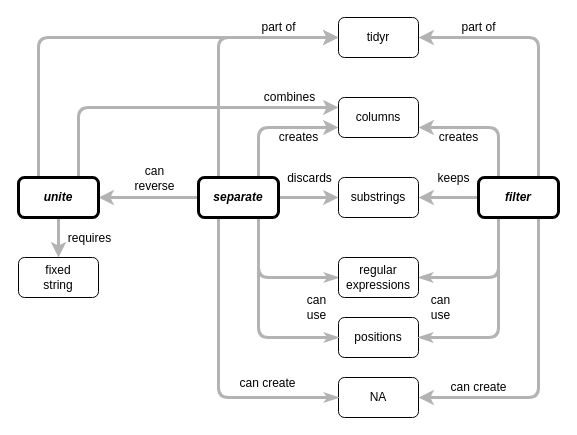
Above: en/separate-extract-unite.drawio in rstudio/concept-maps (draw.io), before the change. Source tidied: cells renumbered, new cells numbered last; positions are measured from the earlier drawing's top-left corner, leaving out a move shared by most shapes. Both pictures are drawn from the tidied source at 100%, with x=0, y=0 at pixel (18, 17).
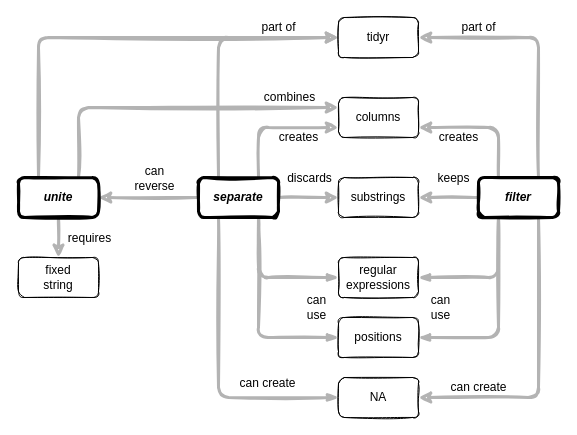
The same page after the edit.

Change to the diagram source:
```diff
@@
-    <mxCell id="2" value="can&lt;br&gt;use" style="edgeStyle=none;rounded=1;html=1;labelBackgroundColor=#FFFFFF;startArrow=none;startFill=0;startSize=5;endArrow=classicThin;endFill=1;endSize=5;jettySize=auto;strokeColor=#B3B3B3;strokeWidth=3;fontFamily=Helvetica;fontSize=12;exitX=0.75;exitY=1;exitDx=0;exitDy=0;entryX=0;entryY=0.5;entryDx=0;entryDy=0;verticalAlign=middle;" parent="1" edge="1" source="31" target="5">
+    <mxCell id="2" value="can&lt;br&gt;use" style="edgeStyle=none;rounded=1;html=1;labelBackgroundColor=none;startArrow=none;startFill=0;startSize=5;endArrow=classicThin;endFill=1;endSize=5;jettySize=auto;strokeColor=#B3B3B3;strokeWidth=3;fontFamily=Helvetica;fontSize=12;exitX=0.75;exitY=1;exitDx=0;exitDy=0;entryX=0;entryY=0.5;entryDx=0;entryDy=0;verticalAlign=middle;sketch=1;" parent="1" edge="1" source="31" target="5">
       <mxGeometry x="0.69" y="-30" relative="1" as="geometry">
         <Array as="points">
           <mxPoint x="240" y="260" />
         </Array>
       </mxGeometry>
     </mxCell>
-    <mxCell id="3" value="can&lt;br&gt;use" style="edgeStyle=none;rounded=1;html=1;labelBackgroundColor=none;startArrow=none;startFill=0;startSize=5;endArrow=classicThin;endFill=1;endSize=5;jettySize=auto;strokeColor=#B3B3B3;strokeWidth=3;fontFamily=Helvetica;fontSize=12;exitX=0.25;exitY=1;exitDx=0;exitDy=0;entryX=1;entryY=0.5;entryDx=0;entryDy=0;verticalAlign=middle;" parent="1" edge="1" source="32" target="5">
+    <mxCell id="3" value="can&lt;br&gt;use" style="edgeStyle=none;rounded=1;html=1;labelBackgroundColor=none;startArrow=none;startFill=0;startSize=5;endArrow=classicThin;endFill=1;endSize=5;jettySize=auto;strokeColor=#B3B3B3;strokeWidth=3;fontFamily=Helvetica;fontSize=12;exitX=0.25;exitY=1;exitDx=0;exitDy=0;entryX=1;entryY=0.5;entryDx=0;entryDy=0;verticalAlign=middle;sketch=1;" parent="1" edge="1" source="32" target="5">
       <mxGeometry x="0.69" y="30" relative="1" as="geometry">
         <Array as="points">
           <mxPoint x="480" y="260" />
           <mxPoint x="400" y="260" />
         </Array>
       </mxGeometry>
     </mxCell>
-    <mxCell id="4" style="edgeStyle=orthogonalEdgeStyle;rounded=0;orthogonalLoop=1;jettySize=auto;html=1;exitX=0.5;exitY=1;exitDx=0;exitDy=0;strokeWidth=3;fontSize=12;fontFamily=Helvetica;" parent="1" edge="1" source="31" target="31">
+    <mxCell id="4" style="edgeStyle=orthogonalEdgeStyle;rounded=0;orthogonalLoop=1;jettySize=auto;html=1;exitX=0.5;exitY=1;exitDx=0;exitDy=0;strokeWidth=3;fontSize=12;fontFamily=Helvetica;sketch=1;labelBackgroundColor=none;" parent="1" edge="1" source="31" target="31">
       <mxGeometry relative="1" as="geometry" />
     </mxCell>
-    <mxCell id="5" value="regular&lt;br&gt;expressions" style="rounded=1;whiteSpace=wrap;html=1;fontSize=12;fontFamily=Helvetica;fillColor=none;" parent="1" vertex="1">
+    <mxCell id="5" value="regular&lt;br&gt;expressions" style="rounded=1;whiteSpace=wrap;html=1;fontSize=12;fontFamily=Helvetica;fillColor=none;sketch=1;labelBackgroundColor=none;" parent="1" vertex="1">
       <mxGeometry x="320" y="240" width="80" height="40" as="geometry" />
     </mxCell>
-    <mxCell id="6" value="&lt;div&gt;can create&lt;/div&gt;" style="endArrow=classic;html=1;strokeWidth=3;entryX=1;entryY=0.5;entryDx=0;entryDy=0;strokeColor=#B3B3B3;exitX=0.75;exitY=1;exitDx=0;exitDy=0;verticalAlign=middle;fontSize=12;labelBackgroundColor=none;fontFamily=Helvetica;align=center;" parent="1" edge="1" source="32" target="12">
+    <mxCell id="6" value="&lt;div&gt;can create&lt;/div&gt;" style="endArrow=classic;html=1;strokeWidth=3;entryX=1;entryY=0.5;entryDx=0;entryDy=0;strokeColor=#B3B3B3;exitX=0.75;exitY=1;exitDx=0;exitDy=0;verticalAlign=middle;fontSize=12;labelBackgroundColor=none;fontFamily=Helvetica;align=center;sketch=1;" parent="1" edge="1" source="32" target="12">
       <mxGeometry x="0.6" y="-10" relative="1" as="geometry">
         <Array as="points">
           <mxPoint x="520" y="380" />
         </Array>
       </mxGeometry>
     </mxCell>
-    <mxCell id="7" value="tidyr" style="rounded=1;whiteSpace=wrap;html=1;fontSize=12;fontFamily=Helvetica;fillColor=none;" parent="1" vertex="1">
+    <mxCell id="7" value="tidyr" style="rounded=1;whiteSpace=wrap;html=1;fontSize=12;fontFamily=Helvetica;fillColor=none;sketch=1;labelBackgroundColor=none;" parent="1" vertex="1">
       <mxGeometry x="320" width="80" height="40" as="geometry" />
     </mxCell>
-    <mxCell id="8" value="part of" style="endArrow=classic;html=1;strokeWidth=3;entryX=1;entryY=0.5;entryDx=0;entryDy=0;strokeColor=#B3B3B3;exitX=0.75;exitY=0;exitDx=0;exitDy=0;verticalAlign=middle;fontSize=12;labelBackgroundColor=none;fontFamily=Helvetica;" parent="1" edge="1" source="32" target="7">
+    <mxCell id="8" value="part of" style="endArrow=classic;html=1;strokeWidth=3;entryX=1;entryY=0.5;entryDx=0;entryDy=0;strokeColor=#B3B3B3;exitX=0.75;exitY=0;exitDx=0;exitDy=0;verticalAlign=middle;fontSize=12;labelBackgroundColor=none;fontFamily=Helvetica;sketch=1;" parent="1" edge="1" source="32" target="7">
       <mxGeometry x="0.54" y="-10" relative="1" as="geometry">
         <Array as="points">
           <mxPoint x="520" y="20" />
         </Array>
       </mxGeometry>
     </mxCell>
-    <mxCell id="9" value="positions" style="rounded=1;whiteSpace=wrap;html=1;fontSize=12;fontFamily=Helvetica;fillColor=none;" parent="1" vertex="1">
+    <mxCell id="9" value="positions" style="rounded=1;whiteSpace=wrap;html=1;fontSize=12;fontFamily=Helvetica;fillColor=none;sketch=1;labelBackgroundColor=none;" parent="1" vertex="1">
       <mxGeometry x="320" y="300" width="80" height="40" as="geometry" />
     </mxCell>
-    <mxCell id="10" style="edgeStyle=none;rounded=1;html=1;labelBackgroundColor=#FFFFFF;startArrow=none;startFill=0;startSize=5;endArrow=classicThin;endFill=1;endSize=5;jettySize=auto;strokeColor=#B3B3B3;strokeWidth=3;fontFamily=Helvetica;fontSize=12;entryX=0;entryY=0.5;entryDx=0;entryDy=0;verticalAlign=middle;" parent="1" edge="1" target="9">
+    <mxCell id="10" style="edgeStyle=none;rounded=1;html=1;labelBackgroundColor=none;startArrow=none;startFill=0;startSize=5;endArrow=classicThin;endFill=1;endSize=5;jettySize=auto;strokeColor=#B3B3B3;strokeWidth=3;fontFamily=Helvetica;fontSize=12;entryX=0;entryY=0.5;entryDx=0;entryDy=0;verticalAlign=middle;sketch=1;" parent="1" edge="1" target="9">
       <mxGeometry x="0.69" y="30" relative="1" as="geometry">
         <mxPoint x="240" y="210" as="sourcePoint" />
         <Array as="points">
           <mxPoint x="240" y="320" />
         </Array>
       </mxGeometry>
     </mxCell>
-    <mxCell id="11" style="edgeStyle=none;rounded=1;html=1;labelBackgroundColor=none;startArrow=none;startFill=0;startSize=5;endArrow=classicThin;endFill=1;endSize=5;jettySize=auto;strokeColor=#B3B3B3;strokeWidth=3;fontFamily=Helvetica;fontSize=12;entryX=1;entryY=0.5;entryDx=0;entryDy=0;verticalAlign=middle;exitX=0.25;exitY=1;exitDx=0;exitDy=0;" parent="1" edge="1" source="32" target="9">
+    <mxCell id="11" style="edgeStyle=none;rounded=1;html=1;labelBackgroundColor=none;startArrow=none;startFill=0;startSize=5;endArrow=classicThin;endFill=1;endSize=5;jettySize=auto;strokeColor=#B3B3B3;strokeWidth=3;fontFamily=Helvetica;fontSize=12;entryX=1;entryY=0.5;entryDx=0;entryDy=0;verticalAlign=middle;exitX=0.25;exitY=1;exitDx=0;exitDy=0;sketch=1;" parent="1" edge="1" source="32" target="9">
       <mxGeometry x="0.69" y="30" relative="1" as="geometry">
         <Array as="points">
           <mxPoint x="480" y="320" />
           <mxPoint x="400" y="320" />
         </Array>
       </mxGeometry>
     </mxCell>
-    <mxCell id="12" value="NA" style="rounded=1;whiteSpace=wrap;html=1;fontSize=12;fontFamily=Helvetica;fillColor=none;" parent="1" vertex="1">
+    <mxCell id="12" value="NA" style="rounded=1;whiteSpace=wrap;html=1;fontSize=12;fontFamily=Helvetica;fillColor=none;sketch=1;labelBackgroundColor=none;" parent="1" vertex="1">
       <mxGeometry x="320" y="360" width="80" height="40" as="geometry" />
     </mxCell>
-    <mxCell id="13" style="edgeStyle=none;rounded=1;html=1;labelBackgroundColor=#FFFFFF;startArrow=none;startFill=0;startSize=5;endArrow=classicThin;endFill=1;endSize=5;jettySize=auto;strokeColor=#B3B3B3;strokeWidth=3;fontFamily=Helvetica;fontSize=12;entryX=0;entryY=0.5;entryDx=0;entryDy=0;verticalAlign=middle;exitX=0.25;exitY=1;exitDx=0;exitDy=0;" parent="1" edge="1" source="31" target="12">
+    <mxCell id="13" style="edgeStyle=none;rounded=1;html=1;labelBackgroundColor=none;startArrow=none;startFill=0;startSize=5;endArrow=classicThin;endFill=1;endSize=5;jettySize=auto;strokeColor=#B3B3B3;strokeWidth=3;fontFamily=Helvetica;fontSize=12;entryX=0;entryY=0.5;entryDx=0;entryDy=0;verticalAlign=middle;exitX=0.25;exitY=1;exitDx=0;exitDy=0;sketch=1;" parent="1" edge="1" source="31" target="12">
       <mxGeometry x="0.69" y="30" relative="1" as="geometry">
         <Array as="points">
           <mxPoint x="200" y="380" />
         </Array>
       </mxGeometry>
     </mxCell>
-    <mxCell id="14" value="&lt;span style=&quot;font-size: 12px&quot;&gt;can create&lt;/span&gt;" style="edgeLabel;html=1;align=center;verticalAlign=middle;" parent="13" vertex="1">
+    <mxCell id="14" value="&lt;span style=&quot;font-size: 12px&quot;&gt;can create&lt;/span&gt;" style="edgeLabel;html=1;align=center;verticalAlign=middle;sketch=1;labelBackgroundColor=none;" parent="13" vertex="1">
       <mxGeometry x="0.13" y="1" relative="1" as="geometry">
         <mxPoint x="47" y="-4" as="offset" />
       </mxGeometry>
     </mxCell>
-    <mxCell id="15" value="part of" style="endArrow=classic;html=1;strokeWidth=3;entryX=0;entryY=0.5;entryDx=0;entryDy=0;strokeColor=#B3B3B3;exitX=0.25;exitY=0;exitDx=0;exitDy=0;verticalAlign=middle;fontSize=12;labelBackgroundColor=none;fontFamily=Helvetica;" parent="1" edge="1" source="31" target="7">
+    <mxCell id="15" value="part of" style="endArrow=classic;html=1;strokeWidth=3;entryX=0;entryY=0.5;entryDx=0;entryDy=0;strokeColor=#B3B3B3;exitX=0.25;exitY=0;exitDx=0;exitDy=0;verticalAlign=middle;fontSize=12;labelBackgroundColor=none;fontFamily=Helvetica;sketch=1;" parent="1" edge="1" source="31" target="7">
       <mxGeometry x="0.54" y="10" relative="1" as="geometry">
         <Array as="points">
           <mxPoint x="200" y="20" />
         </Array>
       </mxGeometry>
     </mxCell>
-    <mxCell id="16" style="endArrow=classic;html=1;entryX=1;entryY=0.5;entryDx=0;entryDy=0;exitX=0;exitY=0.5;exitDx=0;exitDy=0;strokeWidth=3;strokeColor=#B3B3B3;" parent="1" edge="1" source="31" target="33">
+    <mxCell id="16" style="endArrow=classic;html=1;entryX=1;entryY=0.5;entryDx=0;entryDy=0;exitX=0;exitY=0.5;exitDx=0;exitDy=0;strokeWidth=3;strokeColor=#B3B3B3;sketch=1;labelBackgroundColor=none;" parent="1" edge="1" source="31" target="33">
       <mxGeometry relative="1" as="geometry" />
     </mxCell>
-    <mxCell id="17" value="&lt;font style=&quot;font-size: 12px&quot;&gt;can&lt;br&gt;reverse&lt;/font&gt;" style="edgeLabel;html=1;align=center;verticalAlign=middle;" parent="16" vertex="1">
+    <mxCell id="17" value="&lt;font style=&quot;font-size: 12px&quot;&gt;can&lt;br&gt;reverse&lt;/font&gt;" style="edgeLabel;html=1;align=center;verticalAlign=middle;sketch=1;labelBackgroundColor=none;" parent="16" vertex="1">
       <mxGeometry x="-0.1" y="-2" relative="1" as="geometry">
         <mxPoint y="-18" as="offset" />
       </mxGeometry>
     </mxCell>
-    <mxCell id="18" style="endArrow=classic;html=1;strokeWidth=3;entryX=0;entryY=0.5;entryDx=0;entryDy=0;strokeColor=#B3B3B3;exitX=0.25;exitY=0;exitDx=0;exitDy=0;verticalAlign=middle;fontSize=12;labelBackgroundColor=none;fontFamily=Helvetica;" parent="1" edge="1" source="33" target="7">
+    <mxCell id="18" style="endArrow=classic;html=1;strokeWidth=3;entryX=0;entryY=0.5;entryDx=0;entryDy=0;strokeColor=#B3B3B3;exitX=0.25;exitY=0;exitDx=0;exitDy=0;verticalAlign=middle;fontSize=12;labelBackgroundColor=none;fontFamily=Helvetica;sketch=1;" parent="1" edge="1" source="33" target="7">
       <mxGeometry x="0.5" y="20" relative="1" as="geometry">
         <Array as="points">
           <mxPoint x="20" y="20" />
         </Array>
       </mxGeometry>
     </mxCell>
-    <mxCell id="19" value="substrings" style="rounded=1;whiteSpace=wrap;html=1;fontSize=12;fontFamily=Helvetica;fillColor=none;" parent="1" vertex="1">
+    <mxCell id="19" value="substrings" style="rounded=1;whiteSpace=wrap;html=1;fontSize=12;fontFamily=Helvetica;fillColor=none;sketch=1;labelBackgroundColor=none;" parent="1" vertex="1">
       <mxGeometry x="320" y="160" width="80" height="40" as="geometry" />
     </mxCell>
-    <mxCell id="20" style="endArrow=classic;html=1;strokeColor=#B3B3B3;strokeWidth=3;exitX=1;exitY=0.5;exitDx=0;exitDy=0;entryX=0;entryY=0.5;entryDx=0;entryDy=0;" parent="1" edge="1" source="31" target="19">
+    <mxCell id="20" style="endArrow=classic;html=1;strokeColor=#B3B3B3;strokeWidth=3;exitX=1;exitY=0.5;exitDx=0;exitDy=0;entryX=0;entryY=0.5;entryDx=0;entryDy=0;sketch=1;labelBackgroundColor=none;" parent="1" edge="1" source="31" target="19">
       <mxGeometry relative="1" as="geometry" />
     </mxCell>
-    <mxCell id="21" value="&lt;font style=&quot;font-size: 12px&quot;&gt;discards&lt;/font&gt;" style="edgeLabel;html=1;align=center;verticalAlign=middle;" parent="20" vertex="1">
+    <mxCell id="21" value="&lt;font style=&quot;font-size: 12px&quot;&gt;discards&lt;/font&gt;" style="edgeLabel;html=1;align=center;verticalAlign=middle;sketch=1;labelBackgroundColor=none;" parent="20" vertex="1">
       <mxGeometry x="0.17" y="-1" relative="1" as="geometry">
         <mxPoint x="-5" y="-21" as="offset" />
       </mxGeometry>
     </mxCell>
-    <mxCell id="22" style="endArrow=classic;html=1;strokeColor=#B3B3B3;strokeWidth=3;exitX=0;exitY=0.5;exitDx=0;exitDy=0;entryX=1;entryY=0.5;entryDx=0;entryDy=0;" parent="1" edge="1" source="32" target="19">
+    <mxCell id="22" style="endArrow=classic;html=1;strokeColor=#B3B3B3;strokeWidth=3;exitX=0;exitY=0.5;exitDx=0;exitDy=0;entryX=1;entryY=0.5;entryDx=0;entryDy=0;sketch=1;labelBackgroundColor=none;" parent="1" edge="1" source="32" target="19">
       <mxGeometry relative="1" as="geometry" />
     </mxCell>
-    <mxCell id="23" value="&lt;font style=&quot;font-size: 12px&quot;&gt;keeps&lt;/font&gt;" style="edgeLabel;html=1;align=center;verticalAlign=middle;" parent="22" vertex="1">
+    <mxCell id="23" value="&lt;font style=&quot;font-size: 12px&quot;&gt;keeps&lt;/font&gt;" style="edgeLabel;html=1;align=center;verticalAlign=middle;sketch=1;labelBackgroundColor=none;" parent="22" vertex="1">
       <mxGeometry x="0.17" y="-1" relative="1" as="geometry">
         <mxPoint x="9" y="-19" as="offset" />
       </mxGeometry>
     </mxCell>
-    <mxCell id="24" value="columns" style="rounded=1;whiteSpace=wrap;html=1;fontSize=12;fontFamily=Helvetica;fillColor=none;" parent="1" vertex="1">
+    <mxCell id="24" value="columns" style="rounded=1;whiteSpace=wrap;html=1;fontSize=12;fontFamily=Helvetica;fillColor=none;sketch=1;labelBackgroundColor=none;" parent="1" vertex="1">
       <mxGeometry x="320" y="80" width="80" height="40" as="geometry" />
     </mxCell>
-    <mxCell id="25" value="creates" style="endArrow=classic;html=1;strokeWidth=3;entryX=0;entryY=0.75;entryDx=0;entryDy=0;strokeColor=#B3B3B3;exitX=0.75;exitY=0;exitDx=0;exitDy=0;verticalAlign=middle;fontSize=12;labelBackgroundColor=none;fontFamily=Helvetica;" parent="1" edge="1" source="31" target="24">
+    <mxCell id="25" value="creates" style="endArrow=classic;html=1;strokeWidth=3;entryX=0;entryY=0.75;entryDx=0;entryDy=0;strokeColor=#B3B3B3;exitX=0.75;exitY=0;exitDx=0;exitDy=0;verticalAlign=middle;fontSize=12;labelBackgroundColor=none;fontFamily=Helvetica;sketch=1;" parent="1" edge="1" source="31" target="24">
       <mxGeometry x="0.38" y="-10" relative="1" as="geometry">
         <Array as="points">
           <mxPoint x="240" y="110" />
         </Array>
       </mxGeometry>
     </mxCell>
-    <mxCell id="26" value="creates" style="endArrow=classic;html=1;strokeWidth=3;entryX=1;entryY=0.75;entryDx=0;entryDy=0;strokeColor=#B3B3B3;exitX=0.25;exitY=0;exitDx=0;exitDy=0;verticalAlign=middle;fontSize=12;labelBackgroundColor=none;fontFamily=Helvetica;" parent="1" edge="1" source="32" target="24">
+    <mxCell id="26" value="creates" style="endArrow=classic;html=1;strokeWidth=3;entryX=1;entryY=0.75;entryDx=0;entryDy=0;strokeColor=#B3B3B3;exitX=0.25;exitY=0;exitDx=0;exitDy=0;verticalAlign=middle;fontSize=12;labelBackgroundColor=none;fontFamily=Helvetica;sketch=1;" parent="1" edge="1" source="32" target="24">
       <mxGeometry x="0.38" y="10" relative="1" as="geometry">
         <Array as="points">
           <mxPoint x="480" y="110" />
         </Array>
       </mxGeometry>
     </mxCell>
-    <mxCell id="27" value="combines" style="endArrow=classic;html=1;strokeWidth=3;entryX=0;entryY=0.25;entryDx=0;entryDy=0;strokeColor=#B3B3B3;exitX=0.75;exitY=0;exitDx=0;exitDy=0;verticalAlign=middle;fontSize=12;labelBackgroundColor=none;fontFamily=Helvetica;" parent="1" edge="1" source="33" target="24">
+    <mxCell id="27" value="combines" style="endArrow=classic;html=1;strokeWidth=3;entryX=0;entryY=0.25;entryDx=0;entryDy=0;strokeColor=#B3B3B3;exitX=0.75;exitY=0;exitDx=0;exitDy=0;verticalAlign=middle;fontSize=12;labelBackgroundColor=none;fontFamily=Helvetica;sketch=1;" parent="1" edge="1" source="33" target="24">
       <mxGeometry x="0.7" y="10" relative="1" as="geometry">
         <Array as="points">
           <mxPoint x="60" y="90" />
         </Array>
       </mxGeometry>
     </mxCell>
-    <mxCell id="28" value="fixed&lt;br&gt;string" style="rounded=1;whiteSpace=wrap;html=1;fontSize=12;fontFamily=Helvetica;fillColor=none;" parent="1" vertex="1">
+    <mxCell id="28" value="fixed&lt;br&gt;string" style="rounded=1;whiteSpace=wrap;html=1;fontSize=12;fontFamily=Helvetica;fillColor=none;sketch=1;labelBackgroundColor=none;" parent="1" vertex="1">
       <mxGeometry y="240" width="80" height="40" as="geometry" />
     </mxCell>
-    <mxCell id="29" style="endArrow=classic;html=1;strokeColor=#B3B3B3;strokeWidth=3;entryX=0.5;entryY=0;entryDx=0;entryDy=0;exitX=0.5;exitY=1;exitDx=0;exitDy=0;" parent="1" edge="1" source="33" target="28">
+    <mxCell id="29" style="endArrow=classic;html=1;strokeColor=#B3B3B3;strokeWidth=3;entryX=0.5;entryY=0;entryDx=0;entryDy=0;exitX=0.5;exitY=1;exitDx=0;exitDy=0;sketch=1;labelBackgroundColor=none;" parent="1" edge="1" source="33" target="28">
       <mxGeometry relative="1" as="geometry" />
     </mxCell>
-    <mxCell id="30" value="&lt;font style=&quot;font-size: 12px&quot;&gt;requires&lt;/font&gt;" style="edgeLabel;html=1;align=center;verticalAlign=middle;" parent="29" vertex="1">
+    <mxCell id="30" value="&lt;font style=&quot;font-size: 12px&quot;&gt;requires&lt;/font&gt;" style="edgeLabel;html=1;align=center;verticalAlign=middle;sketch=1;labelBackgroundColor=none;" parent="29" vertex="1">
       <mxGeometry x="-0.25" y="1" relative="1" as="geometry">
         <mxPoint x="29" y="5" as="offset" />
       </mxGeometry>
     </mxCell>
-    <mxCell id="31" value="&lt;i&gt;&lt;b&gt;separate&lt;/b&gt;&lt;/i&gt;" style="rounded=1;whiteSpace=wrap;html=1;fontSize=12;fontFamily=Helvetica;fillColor=none;strokeWidth=3;" parent="1" vertex="1">
+    <mxCell id="31" value="&lt;i&gt;&lt;b&gt;separate&lt;/b&gt;&lt;/i&gt;" style="rounded=1;whiteSpace=wrap;html=1;fontSize=12;fontFamily=Helvetica;fillColor=none;strokeWidth=3;sketch=1;labelBackgroundColor=none;" parent="1" vertex="1">
       <mxGeometry x="180" y="160" width="80" height="40" as="geometry" />
     </mxCell>
-    <mxCell id="32" value="&lt;b style=&quot;font-size: 12px&quot;&gt;&lt;i style=&quot;font-size: 12px&quot;&gt;filter&lt;/i&gt;&lt;/b&gt;" style="rounded=1;whiteSpace=wrap;html=1;strokeWidth=3;fontSize=12;fontFamily=Helvetica;fillColor=none;" parent="1" vertex="1">
+    <mxCell id="32" value="&lt;b style=&quot;font-size: 12px&quot;&gt;&lt;i style=&quot;font-size: 12px&quot;&gt;filter&lt;/i&gt;&lt;/b&gt;" style="rounded=1;whiteSpace=wrap;html=1;strokeWidth=3;fontSize=12;fontFamily=Helvetica;fillColor=none;sketch=1;labelBackgroundColor=none;" parent="1" vertex="1">
       <mxGeometry x="460" y="160" width="80" height="40" as="geometry" />
     </mxCell>
-    <mxCell id="33" value="&lt;i&gt;&lt;b&gt;unite&lt;/b&gt;&lt;/i&gt;" style="rounded=1;whiteSpace=wrap;html=1;fontSize=12;fontFamily=Helvetica;fillColor=none;strokeWidth=3;" parent="1" vertex="1">
+    <mxCell id="33" value="&lt;i&gt;&lt;b&gt;unite&lt;/b&gt;&lt;/i&gt;" style="rounded=1;whiteSpace=wrap;html=1;fontSize=12;fontFamily=Helvetica;fillColor=none;strokeWidth=3;sketch=1;labelBackgroundColor=none;" parent="1" vertex="1">
       <mxGeometry y="160" width="80" height="40" as="geometry" />
     </mxCell>
```
